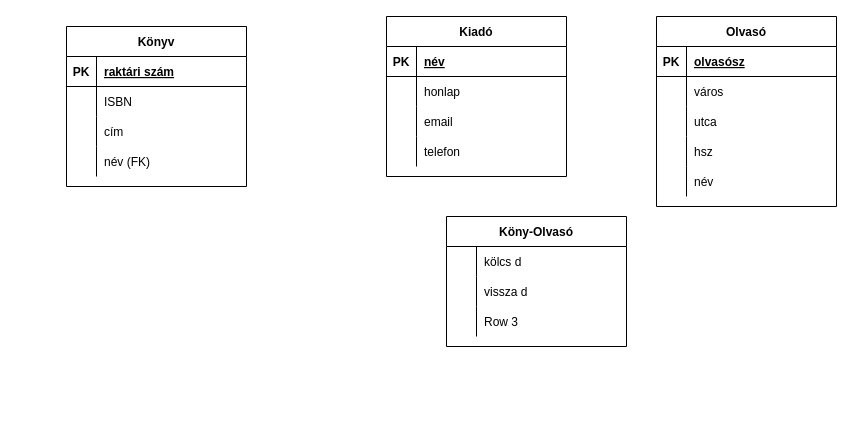
The draw.io diagram HEPMIU_1004/hepmiu_4.2.drawio in urbanoliver/HEPMIU_DB1Gyak, before the edit. Source tidied: cells renumbered, new cells numbered last; positions are measured from the earlier drawing's top-left corner, leaving out a move shared by most shapes. Both pictures are drawn from the tidied source at 100%, with x=0, y=0 at pixel (66, 16).
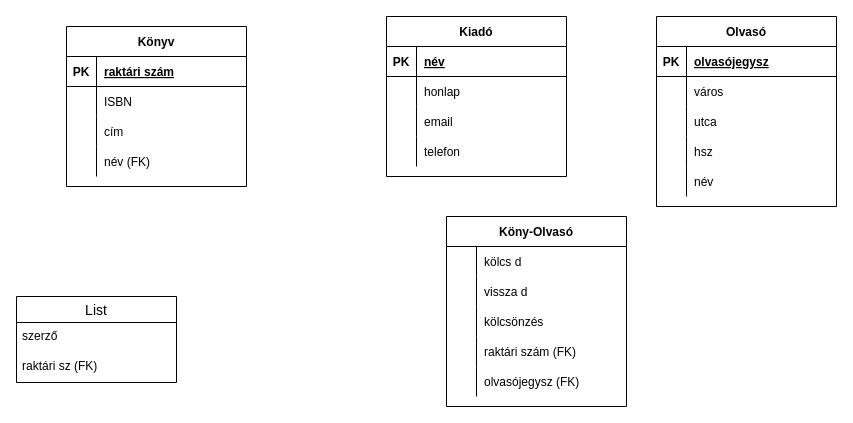
After the change.

Unchanged cells that the change refers to:
```xml
<mxCell id="3" style="shape=tableRow;horizontal=0;startSize=0;swimlaneHead=0;swimlaneBody=0;fillColor=none;top=0;left=0;right=0;bottom=1;" parent="2" vertex="1">
  <mxGeometry y="30" width="180" height="30" as="geometry" />
</mxCell>
<mxCell id="51" style="shape=tableRow;horizontal=0;startSize=0;swimlaneHead=0;swimlaneBody=0;fillColor=none;top=0;left=0;right=0;bottom=0;" parent="44" vertex="1">
  <mxGeometry y="90" width="180" height="30" as="geometry" />
</mxCell>
```

Change to the diagram source:
```diff
@@
-    <mxCell id="5" value="olvasósz" style="shape=partialRectangle;fillColor=none;top=0;left=0;bottom=0;right=0;align=left;spacingLeft=6;fontStyle=5;overflow=hidden;" parent="3" vertex="1">
+    <mxCell id="5" value="olvasójegysz" style="shape=partialRectangle;fillColor=none;top=0;left=0;bottom=0;right=0;align=left;spacingLeft=6;fontStyle=5;overflow=hidden;" parent="3" vertex="1">
       <mxGeometry x="30" width="150" height="30" as="geometry" />
     </mxCell>
@@
     <mxCell id="44" value="Köny-Olvasó" style="shape=table;startSize=30;childLayout=tableLayout;rowLines=0;fontStyle=1;align=center;" parent="1" vertex="1">
-      <mxGeometry x="380" y="200" width="180" height="130" as="geometry" />
+      <mxGeometry x="380" y="200" width="180" height="190" as="geometry" />
     </mxCell>
@@
-    <mxCell id="53" value="Row 3" style="shape=partialRectangle;fillColor=none;top=0;left=0;bottom=0;right=0;align=left;spacingLeft=6;overflow=hidden;" parent="51" vertex="1">
+    <mxCell id="53" value="kölcsönzés" style="shape=partialRectangle;fillColor=none;top=0;left=0;bottom=0;right=0;align=left;spacingLeft=6;overflow=hidden;" parent="51" vertex="1">
       <mxGeometry x="30" width="150" height="30" as="geometry" />
     </mxCell>
+    <mxCell id="54" style="shape=tableRow;horizontal=0;startSize=0;swimlaneHead=0;swimlaneBody=0;fillColor=none;top=0;left=0;right=0;bottom=0;" parent="44" vertex="1">
+      <mxGeometry y="120" width="180" height="30" as="geometry" />
+    </mxCell>
+    <mxCell id="55" style="shape=partialRectangle;fillColor=none;top=0;left=0;bottom=0;right=0;overflow=hidden;" parent="54" vertex="1">
+      <mxGeometry width="30" height="30" as="geometry" />
+    </mxCell>
+    <mxCell id="56" value="raktári szám (FK)" style="shape=partialRectangle;fillColor=none;top=0;left=0;bottom=0;right=0;align=left;spacingLeft=6;overflow=hidden;" parent="54" vertex="1">
+      <mxGeometry x="30" width="150" height="30" as="geometry" />
+    </mxCell>
+    <mxCell id="57" style="shape=tableRow;horizontal=0;startSize=0;swimlaneHead=0;swimlaneBody=0;fillColor=none;top=0;left=0;right=0;bottom=0;" parent="44" vertex="1">
+      <mxGeometry y="150" width="180" height="30" as="geometry" />
+    </mxCell>
+    <mxCell id="58" style="shape=partialRectangle;fillColor=none;top=0;left=0;bottom=0;right=0;overflow=hidden;" parent="57" vertex="1">
+      <mxGeometry width="30" height="30" as="geometry" />
+    </mxCell>
+    <mxCell id="59" value="olvasójegysz (FK)" style="shape=partialRectangle;fillColor=none;top=0;left=0;bottom=0;right=0;align=left;spacingLeft=6;overflow=hidden;" parent="57" vertex="1">
+      <mxGeometry x="30" width="150" height="30" as="geometry" />
+    </mxCell>
+    <mxCell id="60" value="List" style="swimlane;fontStyle=0;horizontal=1;startSize=26;align=center;fontSize=14;" parent="1" vertex="1">
+      <mxGeometry x="-50" y="280" width="160" height="86" as="geometry" />
+    </mxCell>
+    <mxCell id="61" value="szerző" style="text;strokeColor=none;fillColor=none;spacingLeft=4;spacingRight=4;overflow=hidden;fontSize=12;" parent="60" vertex="1">
+      <mxGeometry y="26" width="160" height="30" as="geometry" />
+    </mxCell>
+    <mxCell id="62" value="raktári sz (FK)" style="text;strokeColor=none;fillColor=none;spacingLeft=4;spacingRight=4;overflow=hidden;fontSize=12;" parent="60" vertex="1">
+      <mxGeometry y="56" width="160" height="30" as="geometry" />
+    </mxCell>
```
